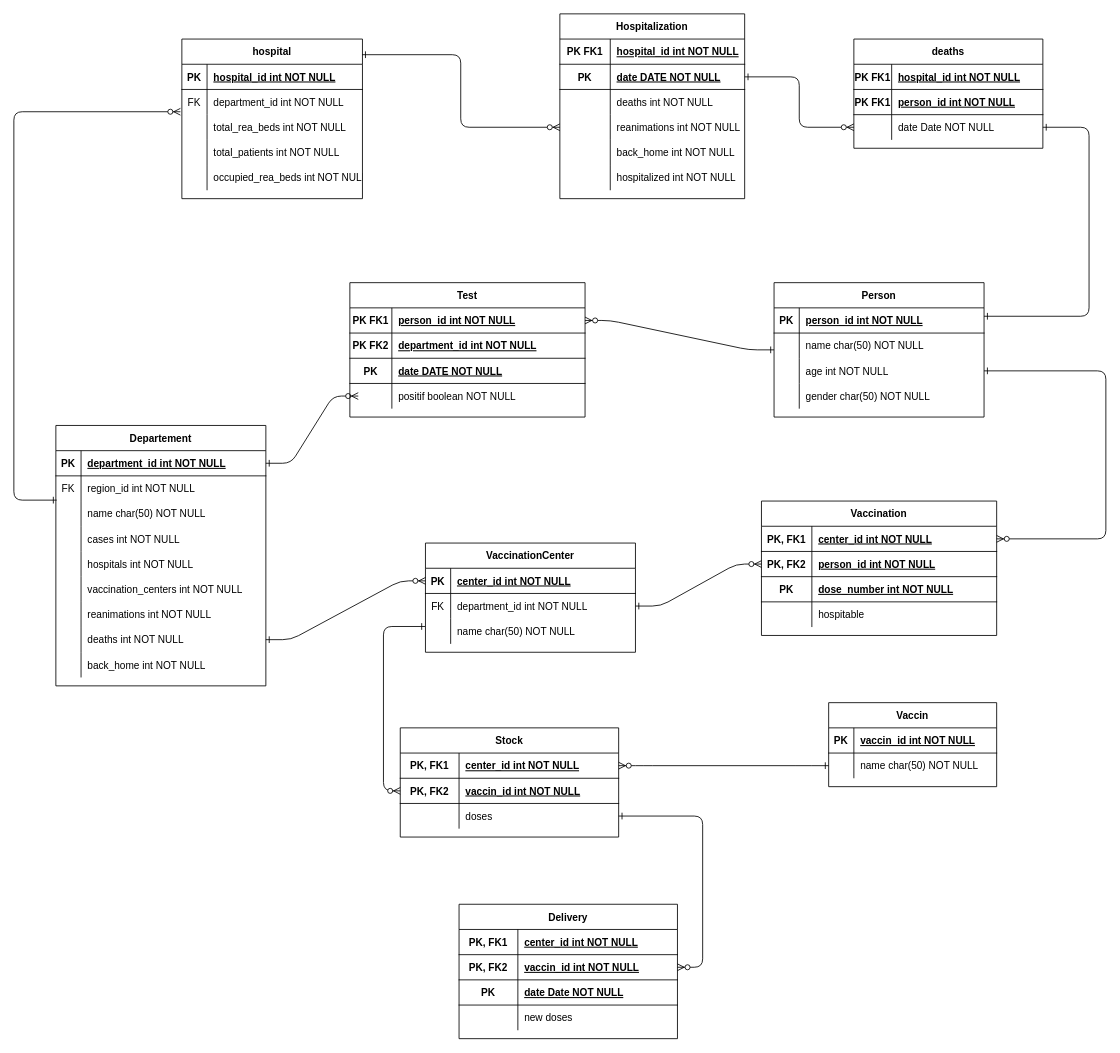
Above: bda/projet.drawio in elhadjhamlaoui/bda (draw.io), before the change. Source tidied: cells renumbered, new cells numbered last; positions are measured from the earlier drawing's top-left corner, leaving out a move shared by most shapes. Both pictures are drawn from the tidied source at 84%, with x=0, y=0 at pixel (13, 13).
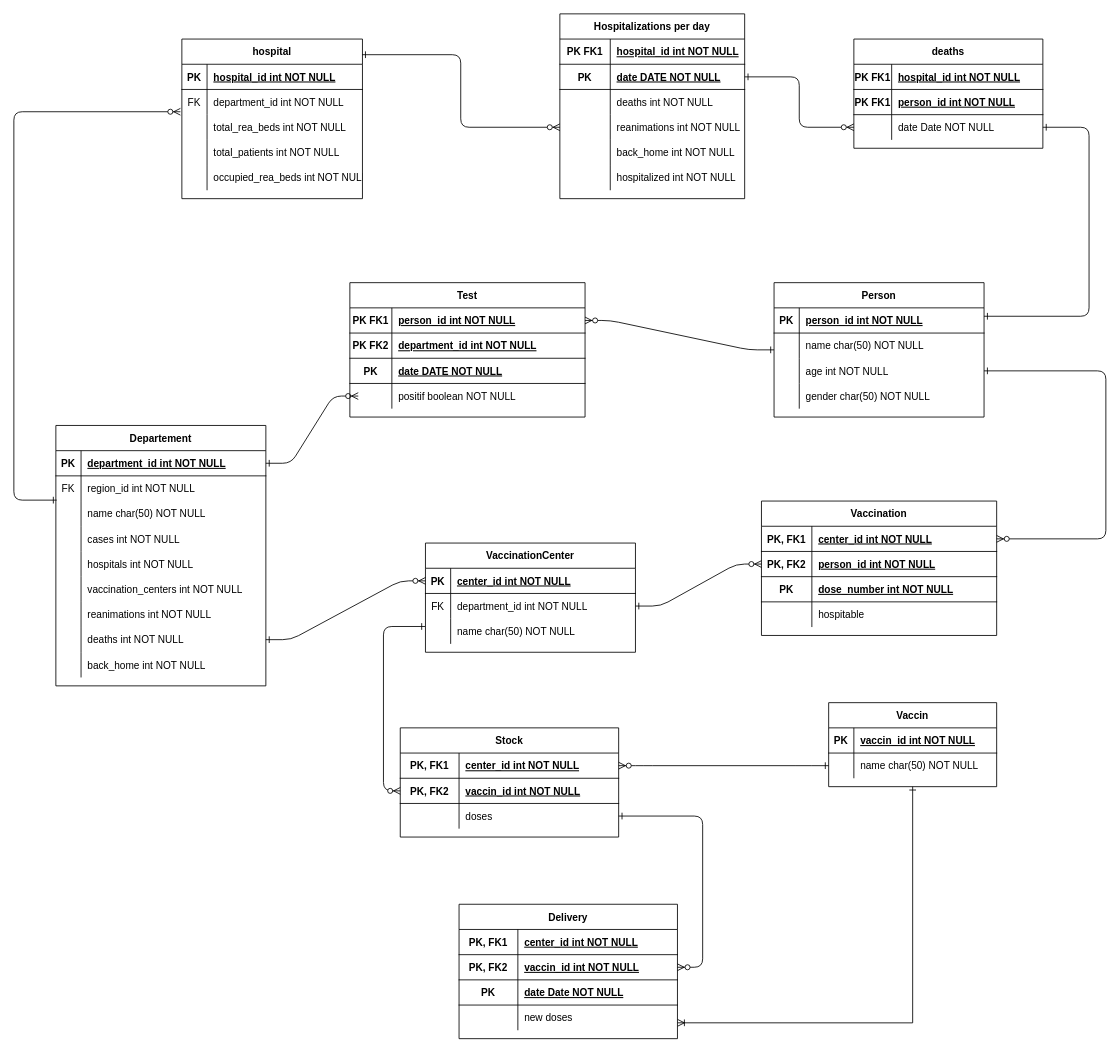
The same diagram, later.

The change refers to these unchanged cells:
```xml
<mxCell id="102" style="shape=partialRectangle;fillColor=none;top=0;left=0;bottom=0;right=0;points=[[0,0.5],[1,0.5]];portConstraint=eastwest;" parent="92" vertex="1">
  <mxGeometry y="120" width="260" height="30" as="geometry" />
</mxCell>
<mxCell id="105" value="Vaccin" style="shape=table;startSize=30;childLayout=tableLayout;rowLines=0;fontStyle=1;align=center;" parent="1" vertex="1">
  <mxGeometry x="970" y="820" width="200" height="100" as="geometry" />
</mxCell>
```

Diff of the diagram source:
```diff
@@
+    <mxCell id="166" style="edgeStyle=orthogonalEdgeStyle;rounded=0;jettySize=auto;html=1;exitX=0.5;exitY=1;exitDx=0;exitDy=0;entryX=1.001;entryY=0.705;entryDx=0;entryDy=0;entryPerimeter=0;endArrow=ERoneToMany;endFill=0;startArrow=ERone;startFill=0;" parent="1" edge="1" source="105" target="102">
+      <mxGeometry relative="1" as="geometry">
+        <Array as="points">
+          <mxPoint x="1070" y="1201" />
+        </Array>
+      </mxGeometry>
+    </mxCell>
@@
-    <mxCell id="134" value="Hospitalization" style="shape=table;startSize=30;childLayout=tableLayout;rowLines=0;fontStyle=1;align=center;" parent="1" vertex="1">
+    <mxCell id="134" value="Hospitalizations per day" style="shape=table;startSize=30;childLayout=tableLayout;rowLines=0;fontStyle=1;align=center;" parent="1" vertex="1">
       <mxGeometry x="650" width="220" height="220" as="geometry" />
     </mxCell>
```
